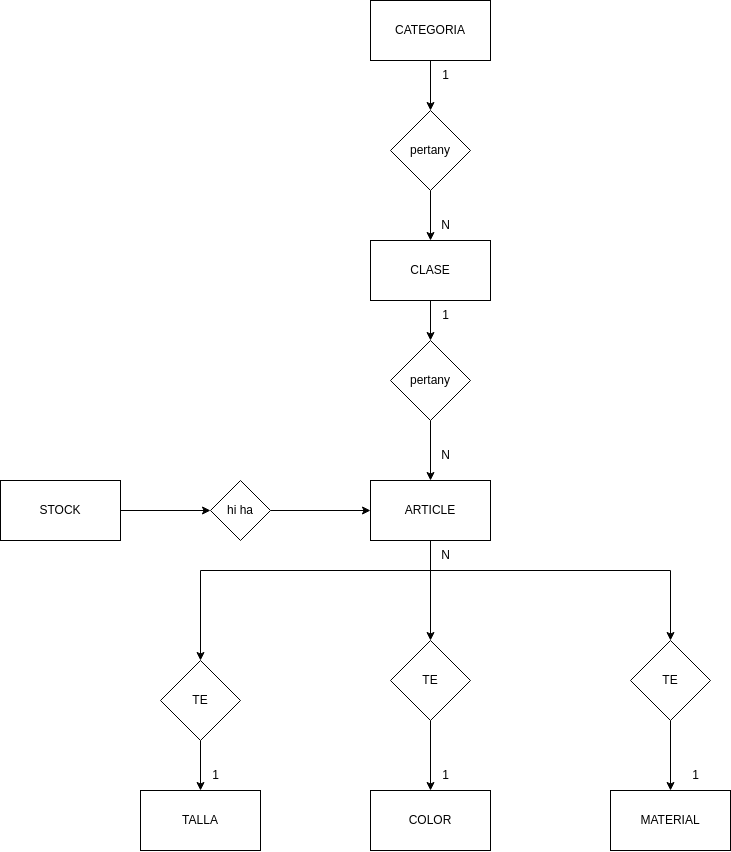
Above: M02UF2-A8/E/R.drawio.png in laasso/BBDD_SQL (draw.io), before the change. Source tidied: cells renumbered, new cells last; positions are measured from the earlier drawing's top-left corner, leaving out a move shared by most shapes.
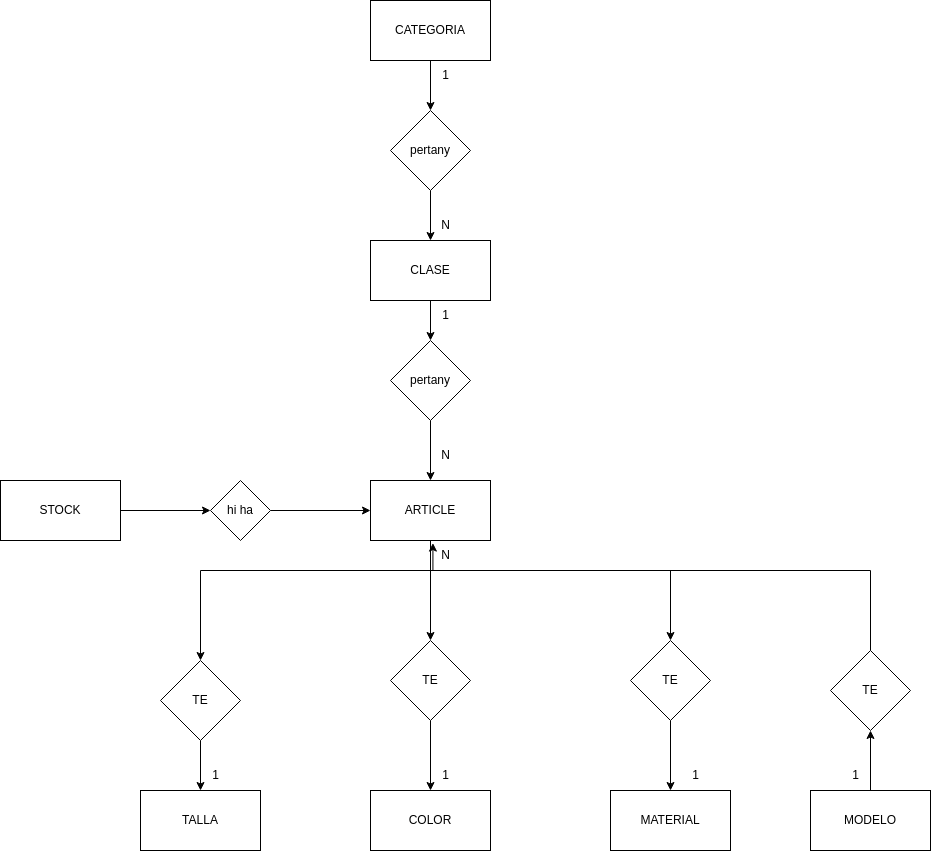
The same file after the commit.

Diff of the diagram source:
```diff
@@ -111,5 +111,25 @@
     <mxCell id="34" value="hi ha" style="rhombus;whiteSpace=wrap;html=1;" parent="1" vertex="1">
       <mxGeometry x="210" y="480" width="60" height="60" as="geometry" />
     </mxCell>
+    <mxCell id="35" style="edgeStyle=orthogonalEdgeStyle;rounded=0;jettySize=auto;html=1;entryX=0.5;entryY=1;entryDx=0;entryDy=0;" parent="1" edge="1" source="36" target="37">
+      <mxGeometry relative="1" as="geometry" />
+    </mxCell>
+    <mxCell id="36" value="MODELO" style="whiteSpace=wrap;html=1;" parent="1" vertex="1">
+      <mxGeometry x="810" y="790" width="120" height="60" as="geometry" />
+    </mxCell>
+    <mxCell id="37" value="TE" style="rhombus;whiteSpace=wrap;html=1;" parent="1" vertex="1">
+      <mxGeometry x="830" y="650" width="80" height="80" as="geometry" />
+    </mxCell>
+    <mxCell id="38" style="edgeStyle=orthogonalEdgeStyle;rounded=0;jettySize=auto;html=1;entryX=0.081;entryY=0.086;entryDx=0;entryDy=0;entryPerimeter=0;" parent="1" edge="1" source="37" target="29">
+      <mxGeometry relative="1" as="geometry">
+        <Array as="points">
+          <mxPoint x="870" y="570" />
+          <mxPoint x="432" y="570" />
+        </Array>
+      </mxGeometry>
+    </mxCell>
+    <mxCell id="39" value="1" style="text;html=1;align=center;verticalAlign=middle;strokeColor=none;fillColor=none;" parent="1" vertex="1">
+      <mxGeometry x="840" y="760" width="30" height="30" as="geometry" />
+    </mxCell>
   </root>
 </mxGraphModel>
```
